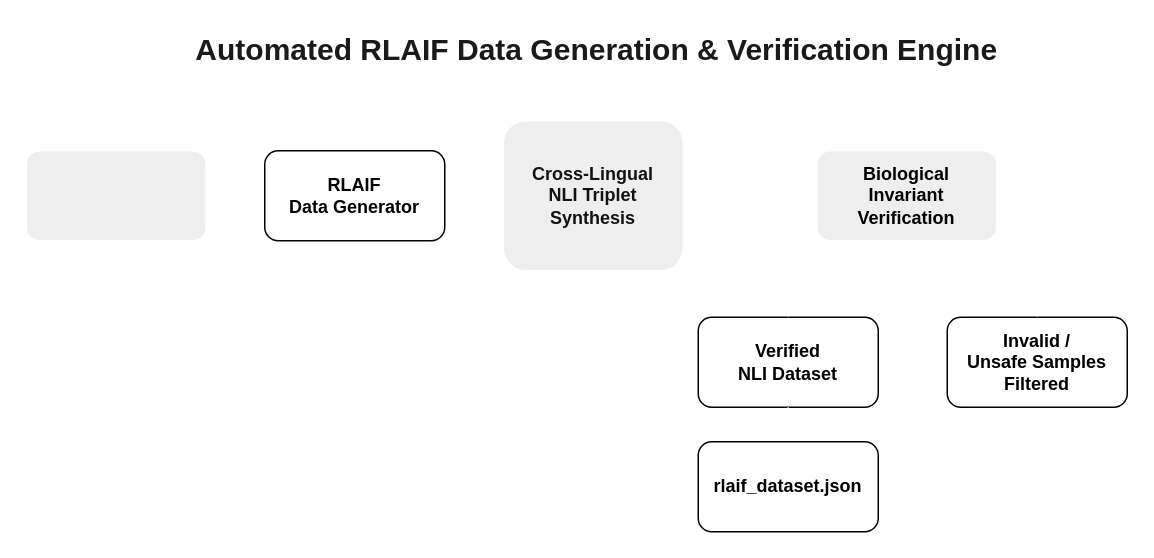
Above: docs/figures/phase2_rlaif_data_engine.drawio in Khushhiii08/AquaAssist (draw.io), before the change. Source tidied: cells renumbered, new cells numbered last; positions are measured from the earlier drawing's top-left corner, leaving out a move shared by most shapes. Both pictures are drawn from the tidied source at 150%, with x=0, y=0 at pixel (26, 26).
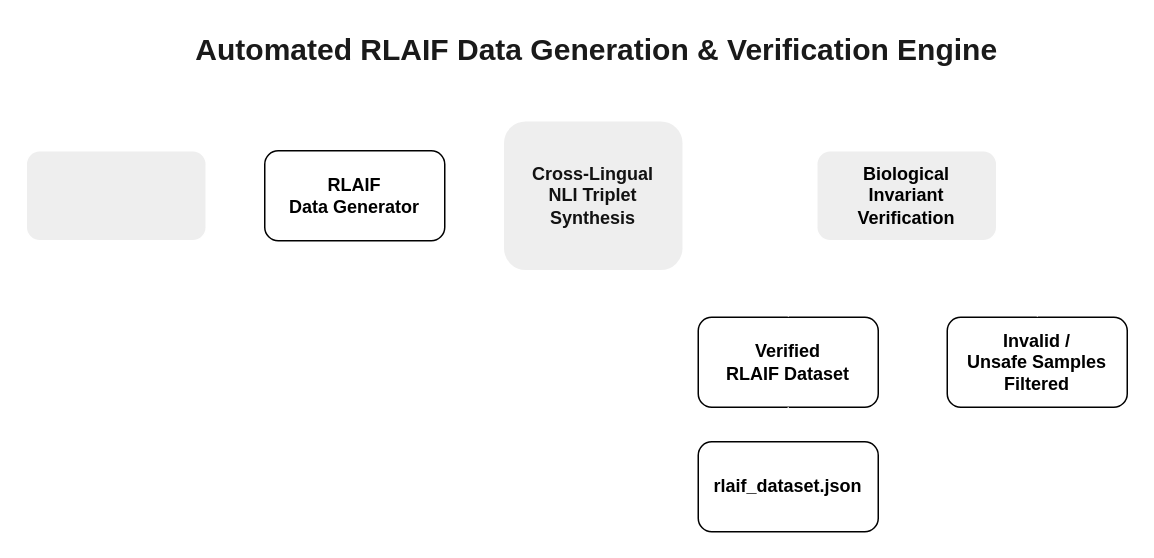
Above is the later version.

The edit, as a diff of the source:
```diff
@@
 <mxGraphModel background="light-dark(#FFFFFF,#FFFFFF)">
   <root>
     <mxCell id="0" />
     <mxCell id="1" parent="0" />
     <mxCell id="2" style="edgeStyle=orthogonalEdgeStyle;rounded=0;jettySize=auto;html=1;labelBackgroundColor=none;strokeColor=#FFFFFF;fontColor=default;fontStyle=1;entryX=0;entryY=0.5;entryDx=0;entryDy=0;" parent="1" edge="1" source="3" target="14">
       <mxGeometry relative="1" as="geometry">
         <Array as="points">
           <mxPoint x="124.1" y="113" />
           <mxPoint x="124.1" y="113" />
         </Array>
       </mxGeometry>
     </mxCell>
     <mxCell id="3" value="&lt;span style=&quot;color: light-dark(transparent, rgb(255, 255, 255));&quot;&gt;chunks.json&lt;/span&gt;" style="rounded=1;whiteSpace=wrap;html=1;labelBackgroundColor=none;fillColor=#EEEEEE;strokeColor=#FFFFFF;fontColor=#1A1A1A;textShadow=0;labelBorderColor=none;fontStyle=1;" parent="1" vertex="1">
       <mxGeometry y="83" width="120" height="60" as="geometry" />
     </mxCell>
     <mxCell id="4" style="edgeStyle=orthogonalEdgeStyle;rounded=0;jettySize=auto;html=1;labelBackgroundColor=none;strokeColor=#FFFFFF;fontColor=default;fontStyle=1;" parent="1" edge="1" target="6">
       <mxGeometry relative="1" as="geometry">
         <mxPoint x="232" y="113" as="sourcePoint" />
       </mxGeometry>
     </mxCell>
     <mxCell id="5" style="edgeStyle=orthogonalEdgeStyle;rounded=0;jettySize=auto;html=1;strokeColor=#FFFFFF;fontColor=#FFFFFF;fontStyle=1;" parent="1" edge="1" source="6" target="8">
       <mxGeometry relative="1" as="geometry" />
     </mxCell>
     <mxCell id="6" value="&lt;div&gt;&lt;font style=&quot;color: light-dark(rgb(18, 18, 18), rgb(255, 255, 255));&quot;&gt;Cross-Lingual&lt;/font&gt;&lt;/div&gt;&lt;div&gt;&lt;font style=&quot;color: light-dark(rgb(18, 18, 18), rgb(255, 255, 255));&quot;&gt;NLI Triplet&lt;/font&gt;&lt;/div&gt;&lt;div&gt;&lt;font style=&quot;color: light-dark(rgb(18, 18, 18), rgb(255, 255, 255));&quot;&gt;Synthesis&lt;/font&gt;&lt;/div&gt;" style="rounded=1;whiteSpace=wrap;html=1;labelBackgroundColor=none;fillColor=#EEEEEE;strokeColor=#FFFFFF;fontColor=#1A1A1A;fontStyle=1;" parent="1" vertex="1">
       <mxGeometry x="318" y="63" width="120" height="100" as="geometry" />
     </mxCell>
     <mxCell id="7" value=" Automated RLAIF Data Generation &amp;amp; Verification Engine" style="text;html=1;whiteSpace=wrap;strokeColor=none;fillColor=none;align=center;verticalAlign=middle;rounded=0;fontColor=light-dark(#1A1A1A,#000000);fontStyle=1;fontSize=20;" parent="1" vertex="1">
       <mxGeometry x="111" width="539" height="30" as="geometry" />
     </mxCell>
     <mxCell id="8" value="&lt;div style=&quot;&quot;&gt;&lt;div&gt;&lt;span style=&quot;color: light-dark(rgb(0, 0, 0), rgb(255, 255, 255));&quot;&gt;Biological&lt;/span&gt;&lt;/div&gt;&lt;div&gt;&lt;span style=&quot;color: light-dark(rgb(0, 0, 0), rgb(255, 255, 255));&quot;&gt;Invariant&lt;/span&gt;&lt;/div&gt;&lt;div&gt;&lt;span style=&quot;color: light-dark(rgb(0, 0, 0), rgb(255, 255, 255));&quot;&gt;Verification&lt;/span&gt;&lt;/div&gt;&lt;/div&gt;" style="rounded=1;whiteSpace=wrap;html=1;strokeColor=light-dark(#FFFFFF,#FFFFFF);fontColor=#1A1A1A;fillColor=#EEEEEE;fontStyle=1;" parent="1" vertex="1">
       <mxGeometry x="527" y="83" width="120" height="60" as="geometry" />
     </mxCell>
-    <mxCell id="9" value="&lt;div&gt;Verified&lt;/div&gt;&lt;div&gt;NLI Dataset&lt;/div&gt;" style="rounded=1;whiteSpace=wrap;html=1;fontStyle=1;" parent="1" vertex="1">
+    <mxCell id="9" value="&lt;div&gt;Verified&lt;/div&gt;&lt;div&gt;RLAIF Dataset&lt;/div&gt;" style="rounded=1;whiteSpace=wrap;html=1;fontStyle=1;" parent="1" vertex="1">
       <mxGeometry x="448" y="194" width="120" height="60" as="geometry" />
     </mxCell>
     <mxCell id="10" value="&lt;div&gt;Invalid /&lt;/div&gt;&lt;div&gt;Unsafe Samples&lt;/div&gt;&lt;div&gt;Filtered&lt;/div&gt;" style="rounded=1;whiteSpace=wrap;html=1;fontStyle=1;" parent="1" vertex="1">
       <mxGeometry x="614" y="194" width="120" height="60" as="geometry" />
     </mxCell>
     <mxCell id="11" style="edgeStyle=orthogonalEdgeStyle;rounded=0;jettySize=auto;html=1;strokeColor=#FFFFFF;fontColor=#FFFFFF;fontStyle=1;exitX=0.5;exitY=1;exitDx=0;exitDy=0;entryX=0.5;entryY=0;entryDx=0;entryDy=0;" parent="1" edge="1" source="9" target="13">
       <mxGeometry relative="1" as="geometry" />
     </mxCell>
     <mxCell id="12" style="edgeStyle=orthogonalEdgeStyle;rounded=0;jettySize=auto;html=1;strokeColor=#FFFFFF;fontColor=#FFFFFF;fontStyle=1;exitX=0.5;exitY=1;exitDx=0;exitDy=0;entryX=0.5;entryY=0;entryDx=0;entryDy=0;" parent="1" edge="1" source="8" target="10">
       <mxGeometry relative="1" as="geometry" />
     </mxCell>
     <mxCell id="13" value="&lt;b&gt;rlaif_dataset.json&lt;/b&gt;" style="rounded=1;whiteSpace=wrap;html=1;" parent="1" vertex="1">
       <mxGeometry x="448" y="277" width="120" height="60" as="geometry" />
     </mxCell>
     <mxCell id="14" value="&lt;div&gt;&lt;b&gt;RLAIF&lt;/b&gt;&lt;/div&gt;&lt;div&gt;&lt;b&gt;Data Generator&lt;/b&gt;&lt;/div&gt;" style="rounded=1;whiteSpace=wrap;html=1;" parent="1" vertex="1">
       <mxGeometry x="159" y="83" width="120" height="60" as="geometry" />
     </mxCell>
     <mxCell id="15" style="edgeStyle=orthogonalEdgeStyle;rounded=0;jettySize=auto;html=1;strokeColor=#FFFFFF;fontColor=#FFFFFF;fontStyle=1;exitX=0.5;exitY=1;exitDx=0;exitDy=0;entryX=0.5;entryY=0;entryDx=0;entryDy=0;" parent="1" edge="1" source="8" target="9">
       <mxGeometry relative="1" as="geometry" />
     </mxCell>
   </root>
 </mxGraphModel>
```
